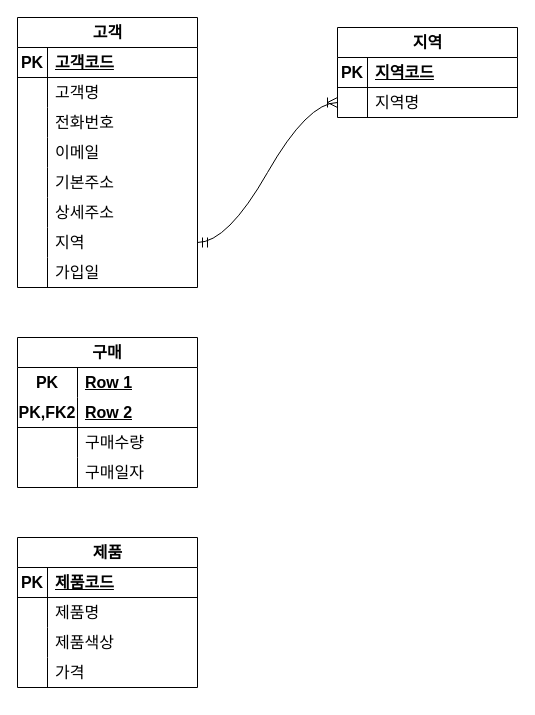
This is page "릴레이션" (2 of 2) of 온라인상거래.drawio from Unbbox/oraclesource, a draw.io file, before an edit. Source tidied: cells renumbered, new cells numbered last; positions are measured from the earlier drawing's top-left corner, leaving out a move shared by most shapes. Both pictures are drawn from the tidied source at 100%, with x=0, y=0 at pixel (17, 17).
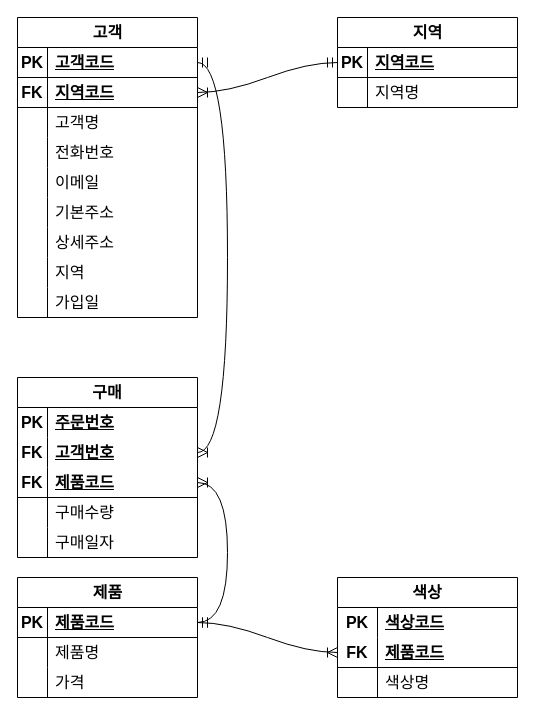
The same diagram, later.

The change refers to these unchanged cells:
```xml
<mxCell id="3" style="shape=tableRow;horizontal=0;startSize=0;swimlaneHead=0;swimlaneBody=0;fillColor=none;top=0;left=0;right=0;bottom=0;html=1;fontSize=16;" parent="2" vertex="1">
  <mxGeometry y="30" width="180" height="30" as="geometry" />
</mxCell>
<mxCell id="16" style="shape=tableRow;horizontal=0;startSize=0;swimlaneHead=0;swimlaneBody=0;fillColor=none;points=[[0,0.5],[1,0.5]];portConstraint=eastwest;top=0;left=0;right=0;bottom=1;fontSize=16;" parent="15" vertex="1">
  <mxGeometry y="30" width="180" height="30" as="geometry" />
</mxCell>
<mxCell id="41" style="shape=tableRow;horizontal=0;startSize=0;swimlaneHead=0;swimlaneBody=0;fillColor=none;points=[[0,0.5],[1,0.5]];portConstraint=eastwest;top=0;left=0;right=0;bottom=1;fontSize=16;" parent="40" vertex="1">
  <mxGeometry y="30" width="180" height="30" as="geometry" />
</mxCell>
<mxCell id="44" style="shape=tableRow;horizontal=0;startSize=0;swimlaneHead=0;swimlaneBody=0;fillColor=none;points=[[0,0.5],[1,0.5]];portConstraint=eastwest;top=0;left=0;right=0;bottom=0;fontSize=16;" parent="40" vertex="1">
  <mxGeometry y="60" width="180" height="30" as="geometry" />
</mxCell>
<mxCell id="48" style="shape=tableRow;horizontal=0;startSize=0;swimlaneHead=0;swimlaneBody=0;fillColor=none;points=[[0,0.5],[1,0.5]];portConstraint=eastwest;top=0;left=0;right=0;bottom=1;fontSize=16;" parent="47" vertex="1">
  <mxGeometry y="30" width="180" height="30" as="geometry" />
</mxCell>
```

What changed in the source:
```diff
@@
     <mxCell id="2" value="구매" style="shape=table;startSize=30;childLayout=tableLayout;rowLines=0;fontStyle=1;align=center;html=1;whiteSpace=wrap;fontSize=16;" parent="1" vertex="1">
-      <mxGeometry y="320" width="180" height="150" as="geometry" />
+      <mxGeometry y="360" width="180" height="180" as="geometry" />
     </mxCell>
@@
     <mxCell id="4" value="PK" style="shape=partialRectangle;fillColor=none;top=0;left=0;bottom=0;right=0;fontStyle=1;overflow=hidden;html=1;whiteSpace=wrap;fontSize=16;" parent="3" vertex="1">
-      <mxGeometry width="60" height="30" as="geometry" />
+      <mxGeometry width="30" height="30" as="geometry" />
     </mxCell>
-    <mxCell id="5" value="Row 1" style="shape=partialRectangle;fillColor=none;top=0;left=0;bottom=0;right=0;align=left;spacingLeft=6;fontStyle=5;overflow=hidden;html=1;whiteSpace=wrap;fontSize=16;" parent="3" vertex="1">
-      <mxGeometry x="60" width="120" height="30" as="geometry" />
+    <mxCell id="5" value="주문번호" style="shape=partialRectangle;fillColor=none;top=0;left=0;bottom=0;right=0;align=left;spacingLeft=6;fontStyle=5;overflow=hidden;html=1;whiteSpace=wrap;fontSize=16;" parent="3" vertex="1">
+      <mxGeometry x="30" width="150" height="30" as="geometry" />
     </mxCell>
+    <mxCell id="61" style="shape=tableRow;horizontal=0;startSize=0;swimlaneHead=0;swimlaneBody=0;fillColor=none;points=[[0,0.5],[1,0.5]];portConstraint=eastwest;top=0;left=0;right=0;bottom=0;html=1;fontSize=16;" parent="2" vertex="1">
+      <mxGeometry y="60" width="180" height="30" as="geometry" />
+    </mxCell>
+    <mxCell id="62" value="FK" style="shape=partialRectangle;fillColor=none;top=0;left=0;bottom=0;right=0;fontStyle=1;overflow=hidden;html=1;whiteSpace=wrap;fontSize=16;" parent="61" vertex="1">
+      <mxGeometry width="30" height="30" as="geometry" />
+    </mxCell>
+    <mxCell id="63" value="고객번호" style="shape=partialRectangle;fillColor=none;top=0;left=0;bottom=0;right=0;align=left;spacingLeft=6;fontStyle=5;overflow=hidden;html=1;whiteSpace=wrap;fontSize=16;" parent="61" vertex="1">
+      <mxGeometry x="30" width="150" height="30" as="geometry" />
+    </mxCell>
     <mxCell id="6" style="shape=tableRow;horizontal=0;startSize=0;swimlaneHead=0;swimlaneBody=0;fillColor=none;points=[[0,0.5],[1,0.5]];portConstraint=eastwest;top=0;left=0;right=0;bottom=1;html=1;fontSize=16;" parent="2" vertex="1">
-      <mxGeometry y="60" width="180" height="30" as="geometry" />
+      <mxGeometry y="90" width="180" height="30" as="geometry" />
     </mxCell>
-    <mxCell id="7" value="PK,FK2" style="shape=partialRectangle;fillColor=none;top=0;left=0;bottom=0;right=0;fontStyle=1;overflow=hidden;html=1;whiteSpace=wrap;fontSize=16;" parent="6" vertex="1">
-      <mxGeometry width="60" height="30" as="geometry" />
+    <mxCell id="7" value="FK" style="shape=partialRectangle;fillColor=none;top=0;left=0;bottom=0;right=0;fontStyle=1;overflow=hidden;html=1;whiteSpace=wrap;fontSize=16;" parent="6" vertex="1">
+      <mxGeometry width="30" height="30" as="geometry" />
     </mxCell>
-    <mxCell id="8" value="Row 2" style="shape=partialRectangle;fillColor=none;top=0;left=0;bottom=0;right=0;align=left;spacingLeft=6;fontStyle=5;overflow=hidden;html=1;whiteSpace=wrap;fontSize=16;" parent="6" vertex="1">
-      <mxGeometry x="60" width="120" height="30" as="geometry" />
+    <mxCell id="8" value="제품코드" style="shape=partialRectangle;fillColor=none;top=0;left=0;bottom=0;right=0;align=left;spacingLeft=6;fontStyle=5;overflow=hidden;html=1;whiteSpace=wrap;fontSize=16;" parent="6" vertex="1">
+      <mxGeometry x="30" width="150" height="30" as="geometry" />
     </mxCell>
     <mxCell id="9" style="shape=tableRow;horizontal=0;startSize=0;swimlaneHead=0;swimlaneBody=0;fillColor=none;top=0;left=0;right=0;bottom=0;html=1;fontSize=16;" parent="2" vertex="1">
-      <mxGeometry y="90" width="180" height="30" as="geometry" />
+      <mxGeometry y="120" width="180" height="30" as="geometry" />
     </mxCell>
     <mxCell id="10" style="shape=partialRectangle;fillColor=none;top=0;left=0;bottom=0;right=0;overflow=hidden;html=1;whiteSpace=wrap;fontSize=16;" parent="9" vertex="1">
-      <mxGeometry width="60" height="30" as="geometry" />
+      <mxGeometry width="30" height="30" as="geometry" />
     </mxCell>
     <mxCell id="11" value="구매수량" style="shape=partialRectangle;fillColor=none;top=0;left=0;bottom=0;right=0;align=left;spacingLeft=6;overflow=hidden;html=1;whiteSpace=wrap;fontSize=16;" parent="9" vertex="1">
-      <mxGeometry x="60" width="120" height="30" as="geometry" />
+      <mxGeometry x="30" width="150" height="30" as="geometry" />
     </mxCell>
     <mxCell id="12" style="shape=tableRow;horizontal=0;startSize=0;swimlaneHead=0;swimlaneBody=0;fillColor=none;top=0;left=0;right=0;bottom=0;html=1;fontSize=16;" parent="2" vertex="1">
-      <mxGeometry y="120" width="180" height="30" as="geometry" />
+      <mxGeometry y="150" width="180" height="30" as="geometry" />
     </mxCell>
     <mxCell id="13" style="shape=partialRectangle;fillColor=none;top=0;left=0;bottom=0;right=0;overflow=hidden;html=1;whiteSpace=wrap;fontSize=16;" parent="12" vertex="1">
-      <mxGeometry width="60" height="30" as="geometry" />
+      <mxGeometry width="30" height="30" as="geometry" />
     </mxCell>
     <mxCell id="14" value="구매일자" style="shape=partialRectangle;fillColor=none;top=0;left=0;bottom=0;right=0;align=left;spacingLeft=6;overflow=hidden;html=1;whiteSpace=wrap;fontSize=16;" parent="12" vertex="1">
-      <mxGeometry x="60" width="120" height="30" as="geometry" />
+      <mxGeometry x="30" width="150" height="30" as="geometry" />
     </mxCell>
     <mxCell id="15" value="고객" style="shape=table;startSize=30;childLayout=tableLayout;rowLines=0;fontStyle=1;align=center;html=1;fontSize=16;" parent="1" vertex="1">
-      <mxGeometry width="180" height="270" as="geometry" />
+      <mxGeometry width="180" height="300" as="geometry" />
     </mxCell>
@@
+    <mxCell id="64" style="shape=tableRow;horizontal=0;startSize=0;swimlaneHead=0;swimlaneBody=0;fillColor=none;points=[[0,0.5],[1,0.5]];portConstraint=eastwest;top=0;left=0;right=0;bottom=1;fontSize=16;" parent="15" vertex="1">
+      <mxGeometry y="60" width="180" height="30" as="geometry" />
+    </mxCell>
+    <mxCell id="65" value="FK" style="shape=partialRectangle;fillColor=none;top=0;left=0;bottom=0;right=0;fontStyle=1;overflow=hidden;whiteSpace=wrap;html=1;fontSize=16;" parent="64" vertex="1">
+      <mxGeometry width="30" height="30" as="geometry" />
+    </mxCell>
+    <mxCell id="66" value="지역코드" style="shape=partialRectangle;fillColor=none;top=0;left=0;bottom=0;right=0;align=left;spacingLeft=6;fontStyle=5;overflow=hidden;whiteSpace=wrap;html=1;fontSize=16;" parent="64" vertex="1">
+      <mxGeometry x="30" width="150" height="30" as="geometry" />
+    </mxCell>
     <mxCell id="19" style="shape=tableRow;horizontal=0;startSize=0;swimlaneHead=0;swimlaneBody=0;fillColor=none;top=0;left=0;right=0;bottom=0;fontSize=16;" parent="15" vertex="1">
-      <mxGeometry y="60" width="180" height="30" as="geometry" />
+      <mxGeometry y="90" width="180" height="30" as="geometry" />
     </mxCell>
@@
     <mxCell id="22" style="shape=tableRow;horizontal=0;startSize=0;swimlaneHead=0;swimlaneBody=0;fillColor=none;top=0;left=0;right=0;bottom=0;fontSize=16;" parent="15" vertex="1">
-      <mxGeometry y="90" width="180" height="30" as="geometry" />
+      <mxGeometry y="120" width="180" height="30" as="geometry" />
     </mxCell>
@@
     <mxCell id="25" style="shape=tableRow;horizontal=0;startSize=0;swimlaneHead=0;swimlaneBody=0;fillColor=none;top=0;left=0;right=0;bottom=0;fontSize=16;" parent="15" vertex="1">
-      <mxGeometry y="120" width="180" height="30" as="geometry" />
+      <mxGeometry y="150" width="180" height="30" as="geometry" />
     </mxCell>
@@
     <mxCell id="28" style="shape=tableRow;horizontal=0;startSize=0;swimlaneHead=0;swimlaneBody=0;fillColor=none;top=0;left=0;right=0;bottom=0;fontSize=16;" parent="15" vertex="1">
-      <mxGeometry y="150" width="180" height="30" as="geometry" />
+      <mxGeometry y="180" width="180" height="30" as="geometry" />
     </mxCell>
@@
     <mxCell id="31" style="shape=tableRow;horizontal=0;startSize=0;swimlaneHead=0;swimlaneBody=0;fillColor=none;top=0;left=0;right=0;bottom=0;fontSize=16;" parent="15" vertex="1">
-      <mxGeometry y="180" width="180" height="30" as="geometry" />
+      <mxGeometry y="210" width="180" height="30" as="geometry" />
     </mxCell>
@@
     <mxCell id="34" style="shape=tableRow;horizontal=0;startSize=0;swimlaneHead=0;swimlaneBody=0;fillColor=none;points=[[0,0.5],[1,0.5]];portConstraint=eastwest;top=0;left=0;right=0;bottom=0;fontSize=16;" parent="15" vertex="1">
-      <mxGeometry y="210" width="180" height="30" as="geometry" />
+      <mxGeometry y="240" width="180" height="30" as="geometry" />
     </mxCell>
@@
     <mxCell id="37" style="shape=tableRow;horizontal=0;startSize=0;swimlaneHead=0;swimlaneBody=0;fillColor=none;top=0;left=0;right=0;bottom=0;fontSize=16;" parent="15" vertex="1">
-      <mxGeometry y="240" width="180" height="30" as="geometry" />
+      <mxGeometry y="270" width="180" height="30" as="geometry" />
     </mxCell>
@@
     <mxCell id="40" value="지역" style="shape=table;startSize=30;childLayout=tableLayout;rowLines=0;fontStyle=1;align=center;html=1;fontSize=16;" parent="1" vertex="1">
-      <mxGeometry x="320" y="10" width="180" height="90" as="geometry" />
+      <mxGeometry x="320" width="180" height="90" as="geometry" />
     </mxCell>
@@
     <mxCell id="47" value="제품" style="shape=table;startSize=30;childLayout=tableLayout;rowLines=0;fontStyle=1;align=center;html=1;fontSize=16;" parent="1" vertex="1">
-      <mxGeometry y="520" width="180" height="150" as="geometry" />
+      <mxGeometry y="560" width="180" height="120" as="geometry" />
     </mxCell>
@@
-    <mxCell id="54" style="shape=tableRow;horizontal=0;startSize=0;swimlaneHead=0;swimlaneBody=0;fillColor=none;top=0;left=0;right=0;bottom=0;fontSize=16;" parent="47" vertex="1">
-      <mxGeometry y="90" width="180" height="30" as="geometry" />
-    </mxCell>
-    <mxCell id="55" style="shape=partialRectangle;fillColor=none;top=0;left=0;bottom=0;right=0;overflow=hidden;whiteSpace=wrap;html=1;fontSize=16;" parent="54" vertex="1">
-      <mxGeometry width="30" height="30" as="geometry" />
-    </mxCell>
-    <mxCell id="56" value="제품색상" style="shape=partialRectangle;fillColor=none;top=0;left=0;bottom=0;right=0;align=left;spacingLeft=6;overflow=hidden;whiteSpace=wrap;html=1;fontSize=16;" parent="54" vertex="1">
-      <mxGeometry x="30" width="150" height="30" as="geometry" />
-    </mxCell>
     <mxCell id="57" style="shape=tableRow;horizontal=0;startSize=0;swimlaneHead=0;swimlaneBody=0;fillColor=none;top=0;left=0;right=0;bottom=0;fontSize=16;" parent="47" vertex="1">
-      <mxGeometry y="120" width="180" height="30" as="geometry" />
+      <mxGeometry y="90" width="180" height="30" as="geometry" />
     </mxCell>
@@
-    <mxCell id="60" style="edgeStyle=entityRelationEdgeStyle;fontSize=12;html=1;endArrow=ERoneToMany;startArrow=ERmandOne;rounded=0;startSize=8;endSize=8;curved=1;exitX=1;exitY=0.5;exitDx=0;exitDy=0;entryX=0;entryY=0.5;entryDx=0;entryDy=0;" parent="1" edge="1" source="34" target="44">
-      <mxGeometry relative="1" as="geometry" />
-    </mxCell>
+    <mxCell id="67" style="edgeStyle=entityRelationEdgeStyle;fontSize=12;html=1;endArrow=ERoneToMany;startArrow=ERmandOne;rounded=0;startSize=8;endSize=8;curved=1;entryX=1;entryY=0.5;entryDx=0;entryDy=0;exitX=0;exitY=0.5;exitDx=0;exitDy=0;" parent="1" edge="1" source="41" target="64">
+      <mxGeometry relative="1" as="geometry" />
+    </mxCell>
+    <mxCell id="68" value="색상" style="shape=table;startSize=30;childLayout=tableLayout;rowLines=0;fontStyle=1;align=center;html=1;whiteSpace=wrap;fontSize=16;" parent="1" vertex="1">
+      <mxGeometry x="320" y="560" width="180" height="120" as="geometry" />
+    </mxCell>
+    <mxCell id="69" style="shape=tableRow;horizontal=0;startSize=0;swimlaneHead=0;swimlaneBody=0;fillColor=none;top=0;left=0;right=0;bottom=0;html=1;fontSize=16;" parent="68" vertex="1">
+      <mxGeometry y="30" width="180" height="30" as="geometry" />
+    </mxCell>
+    <mxCell id="70" value="PK" style="shape=partialRectangle;fillColor=none;top=0;left=0;bottom=0;right=0;fontStyle=1;overflow=hidden;html=1;whiteSpace=wrap;fontSize=16;" parent="69" vertex="1">
+      <mxGeometry width="40" height="30" as="geometry" />
+    </mxCell>
+    <mxCell id="71" value="색상코드" style="shape=partialRectangle;fillColor=none;top=0;left=0;bottom=0;right=0;align=left;spacingLeft=6;fontStyle=5;overflow=hidden;html=1;whiteSpace=wrap;fontSize=16;" parent="69" vertex="1">
+      <mxGeometry x="40" width="140" height="30" as="geometry" />
+    </mxCell>
+    <mxCell id="72" style="shape=tableRow;horizontal=0;startSize=0;swimlaneHead=0;swimlaneBody=0;fillColor=none;points=[[0,0.5],[1,0.5]];portConstraint=eastwest;top=0;left=0;right=0;bottom=1;html=1;fontSize=16;" parent="68" vertex="1">
+      <mxGeometry y="60" width="180" height="30" as="geometry" />
+    </mxCell>
+    <mxCell id="73" value="FK" style="shape=partialRectangle;fillColor=none;top=0;left=0;bottom=0;right=0;fontStyle=1;overflow=hidden;html=1;whiteSpace=wrap;fontSize=16;" parent="72" vertex="1">
+      <mxGeometry width="40" height="30" as="geometry" />
+    </mxCell>
+    <mxCell id="74" value="제품코드" style="shape=partialRectangle;fillColor=none;top=0;left=0;bottom=0;right=0;align=left;spacingLeft=6;fontStyle=5;overflow=hidden;html=1;whiteSpace=wrap;fontSize=16;" parent="72" vertex="1">
+      <mxGeometry x="40" width="140" height="30" as="geometry" />
+    </mxCell>
+    <mxCell id="75" style="shape=tableRow;horizontal=0;startSize=0;swimlaneHead=0;swimlaneBody=0;fillColor=none;top=0;left=0;right=0;bottom=0;html=1;fontSize=16;" parent="68" vertex="1">
+      <mxGeometry y="90" width="180" height="30" as="geometry" />
+    </mxCell>
+    <mxCell id="76" style="shape=partialRectangle;fillColor=none;top=0;left=0;bottom=0;right=0;overflow=hidden;html=1;whiteSpace=wrap;fontSize=16;" parent="75" vertex="1">
+      <mxGeometry width="40" height="30" as="geometry" />
+    </mxCell>
+    <mxCell id="77" value="색상명" style="shape=partialRectangle;fillColor=none;top=0;left=0;bottom=0;right=0;align=left;spacingLeft=6;overflow=hidden;html=1;whiteSpace=wrap;fontSize=16;" parent="75" vertex="1">
+      <mxGeometry x="40" width="140" height="30" as="geometry" />
+    </mxCell>
+    <mxCell id="78" style="edgeStyle=entityRelationEdgeStyle;fontSize=12;html=1;endArrow=ERoneToMany;startArrow=ERmandOne;rounded=0;startSize=8;endSize=8;curved=1;exitX=1;exitY=0.5;exitDx=0;exitDy=0;entryX=0;entryY=0.5;entryDx=0;entryDy=0;" parent="1" edge="1" source="48" target="72">
+      <mxGeometry relative="1" as="geometry" />
+    </mxCell>
+    <mxCell id="79" style="edgeStyle=entityRelationEdgeStyle;fontSize=12;html=1;endArrow=ERoneToMany;startArrow=ERmandOne;rounded=0;startSize=8;endSize=8;curved=1;entryX=1;entryY=0.5;entryDx=0;entryDy=0;exitX=1;exitY=0.5;exitDx=0;exitDy=0;" parent="1" edge="1" source="16" target="61">
+      <mxGeometry relative="1" as="geometry" />
+    </mxCell>
+    <mxCell id="80" style="edgeStyle=entityRelationEdgeStyle;fontSize=12;html=1;endArrow=ERoneToMany;startArrow=ERmandOne;rounded=0;startSize=8;endSize=8;curved=1;exitX=1;exitY=0.5;exitDx=0;exitDy=0;entryX=1;entryY=0.5;entryDx=0;entryDy=0;" parent="1" edge="1" source="48" target="6">
+      <mxGeometry relative="1" as="geometry" />
+    </mxCell>
```
